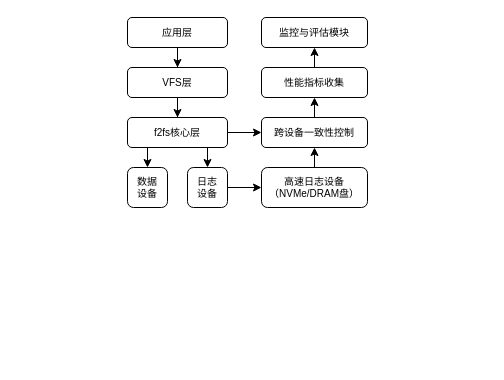
Above: zls.drawio in nnxfb/diagrams (draw.io), before the change. Source tidied: cells renumbered, new cells numbered last; positions are measured from the earlier drawing's top-left corner, leaving out a move shared by most shapes. Both pictures are drawn from the tidied source at 100%, with x=0, y=0 at pixel (127, 17).
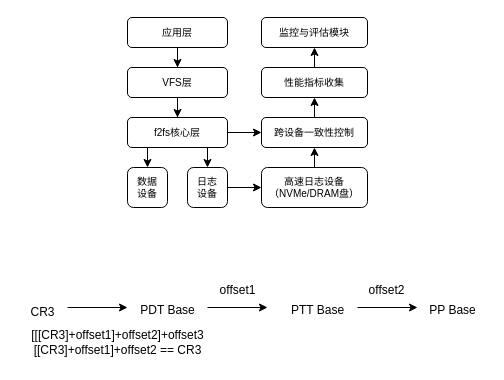
The same page after the edit.

Diff of the diagram source:
```diff
@@
+    <mxCell id="20" style="endArrow=classic;html=1;rounded=0;" parent="1" edge="1">
+      <mxGeometry relative="1" as="geometry">
+        <mxPoint x="-60" y="290" as="sourcePoint" />
+        <mxPoint y="290" as="targetPoint" />
+      </mxGeometry>
+    </mxCell>
+    <mxCell id="21" value="CR3" style="text;html=1;align=center;verticalAlign=middle;strokeColor=none;fillColor=none;" parent="1" vertex="1">
+      <mxGeometry x="-110" y="280" width="50" height="30" as="geometry" />
+    </mxCell>
+    <mxCell id="22" value="PDT Base" style="text;html=1;align=center;verticalAlign=middle;strokeColor=none;fillColor=none;" parent="1" vertex="1">
+      <mxGeometry y="278" width="80" height="30" as="geometry" />
+    </mxCell>
+    <mxCell id="23" style="endArrow=classic;html=1;rounded=0;" parent="1" edge="1">
+      <mxGeometry relative="1" as="geometry">
+        <mxPoint x="80" y="290" as="sourcePoint" />
+        <mxPoint x="140" y="290" as="targetPoint" />
+      </mxGeometry>
+    </mxCell>
+    <mxCell id="24" value="PTT Base" style="text;html=1;align=center;verticalAlign=middle;strokeColor=none;fillColor=none;" parent="1" vertex="1">
+      <mxGeometry x="150" y="278" width="80" height="30" as="geometry" />
+    </mxCell>
+    <mxCell id="25" style="endArrow=classic;html=1;rounded=0;" parent="1" edge="1">
+      <mxGeometry relative="1" as="geometry">
+        <mxPoint x="230" y="290" as="sourcePoint" />
+        <mxPoint x="290" y="290" as="targetPoint" />
+      </mxGeometry>
+    </mxCell>
+    <mxCell id="26" value="PP Base" style="text;html=1;align=center;verticalAlign=middle;strokeColor=none;fillColor=none;" parent="1" vertex="1">
+      <mxGeometry x="290" y="278" width="70" height="30" as="geometry" />
+    </mxCell>
+    <mxCell id="27" value="offset1" style="text;html=1;align=center;verticalAlign=middle;strokeColor=none;fillColor=none;" parent="1" vertex="1">
+      <mxGeometry x="80" y="258" width="60" height="30" as="geometry" />
+    </mxCell>
+    <mxCell id="28" value="offset2" style="text;html=1;align=center;verticalAlign=middle;strokeColor=none;fillColor=none;" parent="1" vertex="1">
+      <mxGeometry x="229" y="258" width="60" height="30" as="geometry" />
+    </mxCell>
+    <mxCell id="29" value="[[[CR3]+offset1]+offset2]+offset3&lt;br&gt;[[CR3]+offset1]+offset2 == CR3" style="text;html=1;align=center;verticalAlign=middle;strokeColor=none;fillColor=none;" parent="1" vertex="1">
+      <mxGeometry x="-110" y="305" width="200" height="40" as="geometry" />
+    </mxCell>
```
